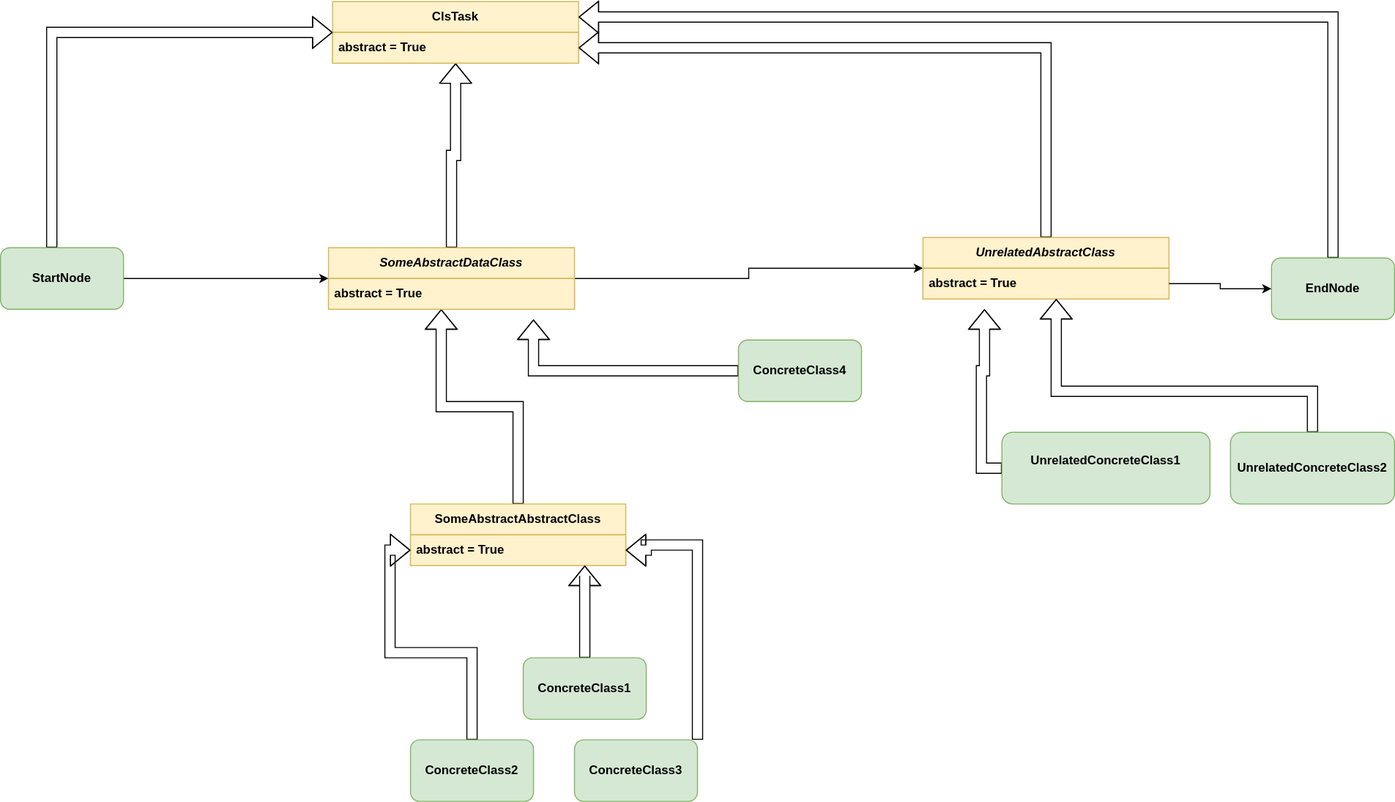
The draw.io diagram vehicle_routing_example/pipeline_filter_repository_example.svg in cls-python/cls-luigi, before a commit. Source tidied: cells renumbered, new cells last; positions are measured from the earlier drawing's top-left corner, leaving out a move shared by most shapes.
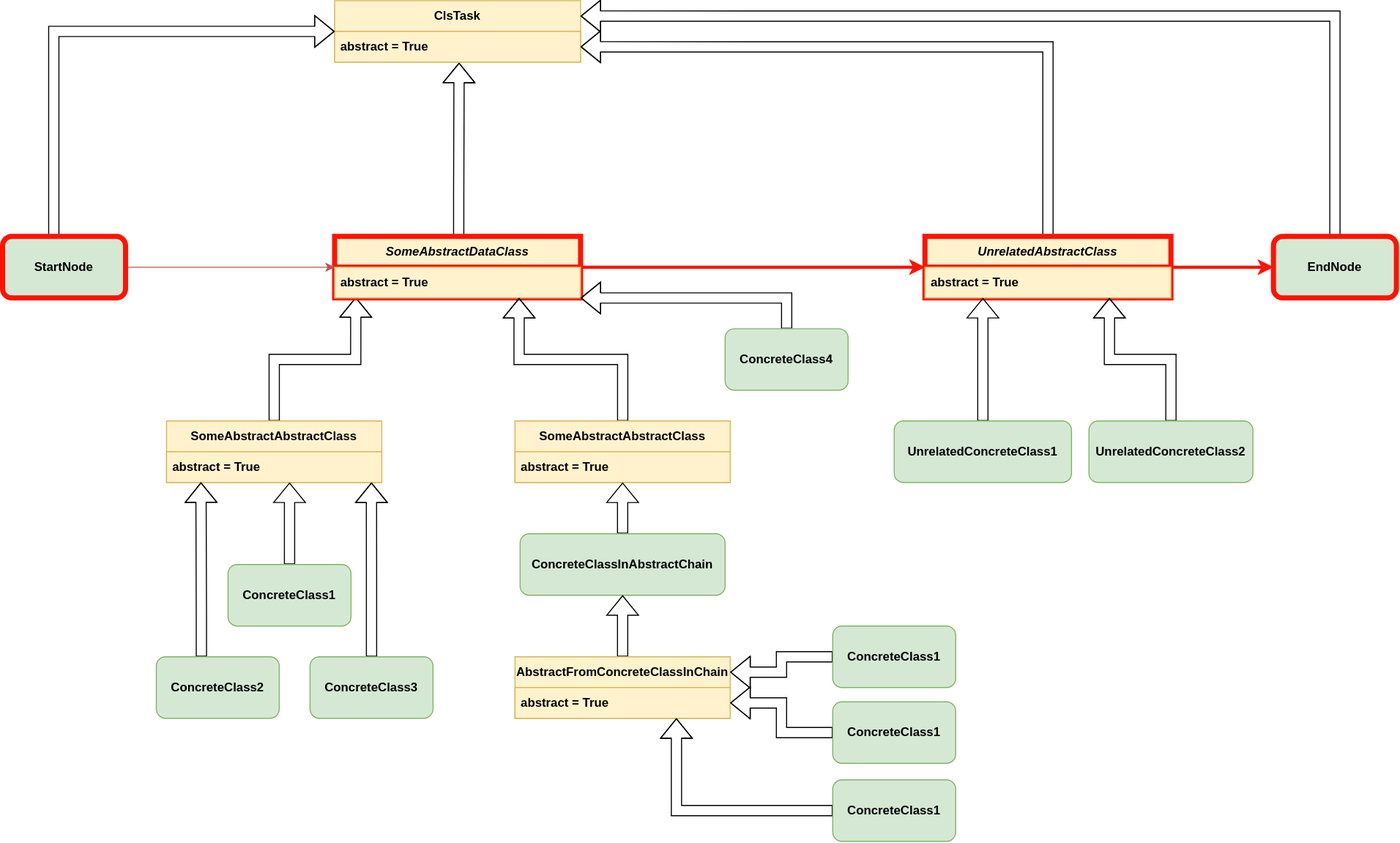
The same diagram one commit later.

Commit message:
updates pipeline_filter_repository_example.svg to a more fitting example to have (hopefully) all edge cases.   - this example will be used as a testcase to check if the implementation holds up.

The edit, as a diff of the source:
```diff
@@ -2,65 +2,66 @@
   <root>
     <mxCell id="0" />
     <mxCell id="1" parent="0" />
-    <mxCell id="2" style="edgeStyle=orthogonalEdgeStyle;rounded=0;jettySize=auto;html=1;shape=flexArrow;" parent="1" edge="1" source="3">
-      <mxGeometry relative="1" as="geometry">
-        <mxPoint x="430" y="300" as="targetPoint" />
-      </mxGeometry>
-    </mxCell>
+    <mxCell id="32" style="edgeStyle=orthogonalEdgeStyle;shape=flexArrow;rounded=0;sketch=0;hachureGap=4;jiggle=2;curveFitting=1;jettySize=auto;html=1;entryX=0.086;entryY=0.976;entryDx=0;entryDy=0;entryPerimeter=0;fontFamily=Architects Daughter;fontSource=https%3A%2F%2Ffonts.googleapis.com%2Fcss%3Ffamily%3DArchitects%2BDaughter;fontSize=16;" parent="1" edge="1" source="3" target="14">
+      <mxGeometry relative="1" as="geometry" />
+    </mxCell>
     <mxCell id="3" value="SomeAbstractAbstractClass" style="swimlane;fontStyle=1;horizontal=1;startSize=30;whiteSpace=wrap;html=1;fillColor=#fff2cc;strokeColor=#d6b656;" parent="1" vertex="1">
-      <mxGeometry x="400" y="490" width="210" height="60" as="geometry" />
+      <mxGeometry x="160" y="410" width="210" height="60" as="geometry" />
     </mxCell>
     <mxCell id="4" value="abstract = True" style="text;strokeColor=#d6b656;fillColor=#fff2cc;align=left;verticalAlign=middle;spacingLeft=4;spacingRight=4;overflow=hidden;points=[[0,0.5],[1,0.5]];portConstraint=eastwest;whiteSpace=wrap;html=1;fontStyle=1;" parent="3" vertex="1">
       <mxGeometry y="30" width="210" height="30" as="geometry" />
     </mxCell>
-    <mxCell id="5" style="edgeStyle=orthogonalEdgeStyle;rounded=0;jettySize=auto;html=1;shape=flexArrow;" parent="1" edge="1" source="6" target="4">
-      <mxGeometry relative="1" as="geometry">
-        <Array as="points">
-          <mxPoint x="680" y="530" />
-          <mxPoint x="630" y="530" />
-          <mxPoint x="630" y="535" />
-        </Array>
-      </mxGeometry>
+    <mxCell id="5" style="edgeStyle=orthogonalEdgeStyle;shape=flexArrow;rounded=0;sketch=0;hachureGap=4;jiggle=2;curveFitting=1;jettySize=auto;html=1;entryX=0.952;entryY=1;entryDx=0;entryDy=0;entryPerimeter=0;fontFamily=Architects Daughter;fontSource=https%3A%2F%2Ffonts.googleapis.com%2Fcss%3Ffamily%3DArchitects%2BDaughter;fontSize=16;" parent="1" edge="1" source="6" target="4">
+      <mxGeometry relative="1" as="geometry" />
     </mxCell>
     <mxCell id="6" value="ConcreteClass3" style="rounded=1;whiteSpace=wrap;html=1;fillColor=#d5e8d4;strokeColor=#82b366;fontStyle=1;" parent="1" vertex="1">
-      <mxGeometry x="560" y="720" width="120" height="60" as="geometry" />
+      <mxGeometry x="300" y="640" width="120" height="60" as="geometry" />
     </mxCell>
-    <mxCell id="7" style="edgeStyle=orthogonalEdgeStyle;rounded=0;jettySize=auto;html=1;shape=flexArrow;" parent="1" edge="1" source="8" target="4">
-      <mxGeometry relative="1" as="geometry">
-        <Array as="points">
-          <mxPoint x="570" y="560" />
-          <mxPoint x="570" y="560" />
-        </Array>
-      </mxGeometry>
-    </mxCell>
+    <mxCell id="33" style="edgeStyle=orthogonalEdgeStyle;shape=flexArrow;rounded=0;sketch=0;hachureGap=4;jiggle=2;curveFitting=1;jettySize=auto;html=1;fontFamily=Architects Daughter;fontSource=https%3A%2F%2Ffonts.googleapis.com%2Fcss%3Ffamily%3DArchitects%2BDaughter;fontSize=16;" parent="1" edge="1" source="8">
+      <mxGeometry relative="1" as="geometry">
+        <mxPoint x="280" y="470" as="targetPoint" />
+      </mxGeometry>
+    </mxCell>
     <mxCell id="8" value="ConcreteClass1" style="rounded=1;whiteSpace=wrap;html=1;fillColor=#d5e8d4;strokeColor=#82b366;fontStyle=1;" parent="1" vertex="1">
-      <mxGeometry x="510" y="640" width="120" height="60" as="geometry" />
+      <mxGeometry x="220" y="550" width="120" height="60" as="geometry" />
     </mxCell>
-    <mxCell id="9" style="edgeStyle=orthogonalEdgeStyle;rounded=0;jettySize=auto;html=1;shape=flexArrow;" parent="1" edge="1" source="10" target="4">
-      <mxGeometry relative="1" as="geometry" />
+    <mxCell id="9" style="edgeStyle=orthogonalEdgeStyle;shape=flexArrow;rounded=0;sketch=0;hachureGap=4;jiggle=2;curveFitting=1;jettySize=auto;html=1;entryX=0.16;entryY=0.996;entryDx=0;entryDy=0;entryPerimeter=0;fontFamily=Architects Daughter;fontSource=https%3A%2F%2Ffonts.googleapis.com%2Fcss%3Ffamily%3DArchitects%2BDaughter;fontSize=16;" parent="1" edge="1" source="10" target="4">
+      <mxGeometry relative="1" as="geometry">
+        <Array as="points">
+          <mxPoint x="194" y="600" />
+          <mxPoint x="194" y="600" />
+        </Array>
+      </mxGeometry>
     </mxCell>
     <mxCell id="10" value="ConcreteClass2" style="rounded=1;whiteSpace=wrap;html=1;fillColor=#d5e8d4;strokeColor=#82b366;fontStyle=1;" parent="1" vertex="1">
-      <mxGeometry x="400" y="720" width="120" height="60" as="geometry" />
+      <mxGeometry x="150" y="640" width="120" height="60" as="geometry" />
     </mxCell>
-    <mxCell id="11" style="edgeStyle=orthogonalEdgeStyle;rounded=0;jettySize=auto;html=1;shape=flexArrow;" parent="1" edge="1" source="13" target="17">
-      <mxGeometry relative="1" as="geometry" />
-    </mxCell>
-    <mxCell id="12" style="edgeStyle=orthogonalEdgeStyle;rounded=0;jettySize=auto;html=1;" parent="1" edge="1" source="13" target="25">
+    <mxCell id="12" style="edgeStyle=orthogonalEdgeStyle;rounded=0;jettySize=auto;html=1;fillColor=#f8cecc;strokeColor=#FF1303;strokeWidth=3;" parent="1" edge="1" source="13" target="25">
       <mxGeometry relative="1" as="geometry" />
     </mxCell>
+    <mxCell id="34" style="edgeStyle=orthogonalEdgeStyle;rounded=0;hachureGap=4;jettySize=auto;html=1;entryX=0.506;entryY=1.016;entryDx=0;entryDy=0;entryPerimeter=0;fontFamily=Architects Daughter;fontSource=https%3A%2F%2Ffonts.googleapis.com%2Fcss%3Ffamily%3DArchitects%2BDaughter;fontSize=16;shape=flexArrow;" parent="1" edge="1" source="13" target="18">
+      <mxGeometry relative="1" as="geometry">
+        <Array as="points">
+          <mxPoint x="445" y="190" />
+          <mxPoint x="445" y="190" />
+        </Array>
+      </mxGeometry>
+    </mxCell>
-    <mxCell id="13" value="&lt;i&gt;SomeAbstractDataClass&lt;br&gt;&lt;/i&gt;" style="swimlane;fontStyle=1;horizontal=1;startSize=30;whiteSpace=wrap;html=1;fillColor=#fff2cc;strokeColor=#d6b656;" parent="1" vertex="1">
-      <mxGeometry x="320" y="240" width="240" height="60" as="geometry" />
+    <mxCell id="13" value="&lt;i&gt;SomeAbstractDataClass&lt;br&gt;&lt;/i&gt;" style="swimlane;fontStyle=1;horizontal=1;startSize=30;whiteSpace=wrap;html=1;fillColor=#fff2cc;strokeColor=#FF1303;strokeWidth=5;perimeterSpacing=0;" parent="1" vertex="1">
+      <mxGeometry x="324" y="230" width="240" height="60" as="geometry" />
     </mxCell>
     <mxCell id="14" value="abstract = True" style="text;strokeColor=#d6b656;fillColor=#fff2cc;align=left;verticalAlign=middle;spacingLeft=4;spacingRight=4;overflow=hidden;points=[[0,0.5],[1,0.5]];portConstraint=eastwest;whiteSpace=wrap;html=1;fontStyle=1;" parent="13" vertex="1">
       <mxGeometry y="30" width="240" height="30" as="geometry" />
     </mxCell>
-    <mxCell id="15" style="edgeStyle=orthogonalEdgeStyle;rounded=0;jettySize=auto;html=1;shape=flexArrow;" parent="1" edge="1" source="16">
-      <mxGeometry relative="1" as="geometry">
-        <mxPoint x="520" y="310" as="targetPoint" />
-      </mxGeometry>
-    </mxCell>
+    <mxCell id="35" style="edgeStyle=orthogonalEdgeStyle;shape=flexArrow;rounded=0;sketch=0;hachureGap=4;jiggle=2;curveFitting=1;jettySize=auto;html=1;fontFamily=Architects Daughter;fontSource=https%3A%2F%2Ffonts.googleapis.com%2Fcss%3Ffamily%3DArchitects%2BDaughter;fontSize=16;" parent="1" edge="1" source="16" target="14">
+      <mxGeometry relative="1" as="geometry">
+        <Array as="points">
+          <mxPoint x="765" y="290" />
+        </Array>
+      </mxGeometry>
+    </mxCell>
     <mxCell id="16" value="&lt;div&gt;ConcreteClass4&lt;/div&gt;" style="rounded=1;whiteSpace=wrap;html=1;fillColor=#d5e8d4;strokeColor=#82b366;fontStyle=1;" parent="1" vertex="1">
-      <mxGeometry x="720" y="330" width="120" height="60" as="geometry" />
+      <mxGeometry x="705" y="320" width="120" height="60" as="geometry" />
     </mxCell>
     <mxCell id="17" value="ClsTask" style="swimlane;fontStyle=1;horizontal=1;startSize=30;whiteSpace=wrap;html=1;fillColor=#fff2cc;strokeColor=#d6b656;" parent="1" vertex="1">
       <mxGeometry x="324" width="240" height="60" as="geometry" />
@@ -68,7 +69,7 @@
     <mxCell id="18" value="abstract = True" style="text;strokeColor=#d6b656;fillColor=#fff2cc;align=left;verticalAlign=middle;spacingLeft=4;spacingRight=4;overflow=hidden;points=[[0,0.5],[1,0.5]];portConstraint=eastwest;whiteSpace=wrap;html=1;fontStyle=1;" parent="17" vertex="1">
       <mxGeometry y="30" width="240" height="30" as="geometry" />
     </mxCell>
-    <mxCell id="19" style="edgeStyle=orthogonalEdgeStyle;rounded=0;jettySize=auto;html=1;" parent="1" edge="1" source="21" target="13">
+    <mxCell id="19" style="edgeStyle=orthogonalEdgeStyle;rounded=0;jettySize=auto;html=1;fillColor=#f8cecc;strokeColor=#b85450;" parent="1" edge="1" source="21" target="13">
       <mxGeometry relative="1" as="geometry" />
     </mxCell>
     <mxCell id="20" style="edgeStyle=orthogonalEdgeStyle;rounded=0;jettySize=auto;html=1;entryX=0;entryY=0.5;entryDx=0;entryDy=0;shape=flexArrow;" parent="1" edge="1" source="21" target="17">
@@ -78,8 +79,8 @@
         </Array>
       </mxGeometry>
     </mxCell>
-    <mxCell id="21" value="StartNode" style="rounded=1;whiteSpace=wrap;html=1;fillColor=#d5e8d4;strokeColor=#82b366;fontStyle=1;" parent="1" vertex="1">
-      <mxGeometry y="240" width="120" height="60" as="geometry" />
+    <mxCell id="21" value="StartNode" style="rounded=1;whiteSpace=wrap;html=1;fillColor=#d5e8d4;strokeColor=#FF1303;fontStyle=1;strokeWidth=5;perimeterSpacing=0;" parent="1" vertex="1">
+      <mxGeometry y="230" width="120" height="60" as="geometry" />
     </mxCell>
     <mxCell id="22" style="edgeStyle=orthogonalEdgeStyle;rounded=0;jettySize=auto;html=1;entryX=1;entryY=0.25;entryDx=0;entryDy=0;shape=flexArrow;" parent="1" edge="1" source="23" target="17">
       <mxGeometry relative="1" as="geometry">
@@ -88,40 +89,76 @@
         </Array>
       </mxGeometry>
     </mxCell>
-    <mxCell id="23" value="&lt;div&gt;EndNode&lt;/div&gt;" style="rounded=1;whiteSpace=wrap;html=1;fillColor=#d5e8d4;strokeColor=#82b366;fontStyle=1;" parent="1" vertex="1">
-      <mxGeometry x="1240" y="250" width="120" height="60" as="geometry" />
+    <mxCell id="23" value="&lt;div&gt;EndNode&lt;/div&gt;" style="rounded=1;whiteSpace=wrap;html=1;fillColor=#d5e8d4;strokeColor=#FF1303;fontStyle=1;strokeWidth=5;perimeterSpacing=0;" parent="1" vertex="1">
+      <mxGeometry x="1240" y="230" width="120" height="60" as="geometry" />
     </mxCell>
     <mxCell id="24" style="edgeStyle=orthogonalEdgeStyle;rounded=0;jettySize=auto;html=1;entryX=1;entryY=0.5;entryDx=0;entryDy=0;shape=flexArrow;" parent="1" edge="1" source="25" target="18">
       <mxGeometry relative="1" as="geometry" />
     </mxCell>
+    <mxCell id="36" style="edgeStyle=orthogonalEdgeStyle;rounded=0;sketch=0;hachureGap=4;jiggle=2;curveFitting=1;jettySize=auto;html=1;entryX=0;entryY=0.5;entryDx=0;entryDy=0;fontFamily=Architects Daughter;fontSource=https%3A%2F%2Ffonts.googleapis.com%2Fcss%3Ffamily%3DArchitects%2BDaughter;fontSize=16;fillColor=#f8cecc;strokeColor=#FF1303;strokeWidth=3;" parent="1" edge="1" source="25" target="23">
+      <mxGeometry relative="1" as="geometry" />
+    </mxCell>
-    <mxCell id="25" value="&lt;i&gt;UnrelatedAbstractClass&lt;br&gt;&lt;/i&gt;" style="swimlane;fontStyle=1;horizontal=1;startSize=30;whiteSpace=wrap;html=1;fillColor=#fff2cc;strokeColor=#d6b656;" parent="1" vertex="1">
+    <mxCell id="25" value="&lt;i&gt;UnrelatedAbstractClass&lt;br&gt;&lt;/i&gt;" style="swimlane;fontStyle=1;horizontal=1;startSize=30;whiteSpace=wrap;html=1;fillColor=#fff2cc;strokeColor=#FF1303;strokeWidth=5;perimeterSpacing=0;" parent="1" vertex="1">
       <mxGeometry x="900" y="230" width="240" height="60" as="geometry" />
     </mxCell>
     <mxCell id="26" value="abstract = True" style="text;strokeColor=#d6b656;fillColor=#fff2cc;align=left;verticalAlign=middle;spacingLeft=4;spacingRight=4;overflow=hidden;points=[[0,0.5],[1,0.5]];portConstraint=eastwest;whiteSpace=wrap;html=1;fontStyle=1;" parent="25" vertex="1">
       <mxGeometry y="30" width="240" height="30" as="geometry" />
     </mxCell>
-    <mxCell id="27" style="edgeStyle=orthogonalEdgeStyle;rounded=0;jettySize=auto;html=1;" parent="1" edge="1" source="26" target="23">
-      <mxGeometry relative="1" as="geometry" />
-    </mxCell>
-    <mxCell id="28" style="edgeStyle=orthogonalEdgeStyle;shape=flexArrow;rounded=0;jettySize=auto;html=1;" parent="1" edge="1" source="29">
-      <mxGeometry relative="1" as="geometry">
-        <mxPoint x="960" y="300" as="targetPoint" />
-      </mxGeometry>
-    </mxCell>
+    <mxCell id="37" style="edgeStyle=orthogonalEdgeStyle;shape=flexArrow;rounded=0;sketch=0;hachureGap=4;jiggle=2;curveFitting=1;jettySize=auto;html=1;fontFamily=Architects Daughter;fontSource=https%3A%2F%2Ffonts.googleapis.com%2Fcss%3Ffamily%3DArchitects%2BDaughter;fontSize=16;" parent="1" edge="1" source="29">
+      <mxGeometry relative="1" as="geometry">
+        <mxPoint x="956.5" y="290" as="targetPoint" />
+      </mxGeometry>
+    </mxCell>
-    <mxCell id="29" value="&lt;div&gt;UnrelatedConcreteClass1&lt;/div&gt;&lt;div&gt;&lt;br&gt;&lt;/div&gt;" style="rounded=1;whiteSpace=wrap;html=1;fillColor=#d5e8d4;strokeColor=#82b366;fontStyle=1;" parent="1" vertex="1">
-      <mxGeometry x="977" y="420" width="203" height="70" as="geometry" />
+    <mxCell id="29" value="&lt;div&gt;UnrelatedConcreteClass1&lt;/div&gt;" style="rounded=1;whiteSpace=wrap;html=1;fillColor=#d5e8d4;strokeColor=#82b366;fontStyle=1;" parent="1" vertex="1">
+      <mxGeometry x="870" y="410" width="173" height="60" as="geometry" />
     </mxCell>
-    <mxCell id="30" style="edgeStyle=orthogonalEdgeStyle;shape=flexArrow;rounded=0;jettySize=auto;html=1;" parent="1" edge="1" source="31">
-      <mxGeometry relative="1" as="geometry">
-        <mxPoint x="1030" y="290" as="targetPoint" />
-        <Array as="points">
-          <mxPoint x="1280" y="380" />
-          <mxPoint x="1030" y="380" />
-        </Array>
-      </mxGeometry>
-    </mxCell>
+    <mxCell id="38" style="edgeStyle=orthogonalEdgeStyle;shape=flexArrow;rounded=0;sketch=0;hachureGap=4;jiggle=2;curveFitting=1;jettySize=auto;html=1;entryX=0.75;entryY=1;entryDx=0;entryDy=0;fontFamily=Architects Daughter;fontSource=https%3A%2F%2Ffonts.googleapis.com%2Fcss%3Ffamily%3DArchitects%2BDaughter;fontSize=16;" parent="1" edge="1" source="31" target="25">
+      <mxGeometry relative="1" as="geometry" />
+    </mxCell>
     <mxCell id="31" value="&lt;div&gt;UnrelatedConcreteClass2&lt;/div&gt;" style="rounded=1;whiteSpace=wrap;html=1;fillColor=#d5e8d4;strokeColor=#82b366;fontStyle=1;" parent="1" vertex="1">
-      <mxGeometry x="1200" y="420" width="160" height="70" as="geometry" />
+      <mxGeometry x="1060" y="410" width="160" height="60" as="geometry" />
     </mxCell>
+    <mxCell id="39" style="edgeStyle=orthogonalEdgeStyle;shape=flexArrow;rounded=0;sketch=0;hachureGap=4;jiggle=2;curveFitting=1;jettySize=auto;html=1;entryX=0.75;entryY=1;entryDx=0;entryDy=0;fontFamily=Architects Daughter;fontSource=https%3A%2F%2Ffonts.googleapis.com%2Fcss%3Ffamily%3DArchitects%2BDaughter;fontSize=16;" parent="1" edge="1" source="40" target="13">
+      <mxGeometry relative="1" as="geometry" />
+    </mxCell>
+    <mxCell id="40" value="SomeAbstractAbstractClass" style="swimlane;fontStyle=1;horizontal=1;startSize=30;whiteSpace=wrap;html=1;fillColor=#fff2cc;strokeColor=#d6b656;" parent="1" vertex="1">
+      <mxGeometry x="500" y="410" width="210" height="60" as="geometry" />
+    </mxCell>
+    <mxCell id="41" value="abstract = True" style="text;strokeColor=#d6b656;fillColor=#fff2cc;align=left;verticalAlign=middle;spacingLeft=4;spacingRight=4;overflow=hidden;whiteSpace=wrap;html=1;fontStyle=1;" parent="40" vertex="1">
+      <mxGeometry y="30" width="210" height="30" as="geometry" />
+    </mxCell>
+    <mxCell id="42" style="edgeStyle=orthogonalEdgeStyle;shape=flexArrow;rounded=0;sketch=0;hachureGap=4;jiggle=2;curveFitting=1;jettySize=auto;html=1;entryX=0.5;entryY=1;entryDx=0;entryDy=0;fontFamily=Architects Daughter;fontSource=https%3A%2F%2Ffonts.googleapis.com%2Fcss%3Ffamily%3DArchitects%2BDaughter;fontSize=16;" parent="1" edge="1" source="43" target="40">
+      <mxGeometry relative="1" as="geometry" />
+    </mxCell>
+    <mxCell id="43" value="&lt;div&gt;ConcreteClassInAbstractChain&lt;/div&gt;" style="rounded=1;whiteSpace=wrap;html=1;fillColor=#d5e8d4;strokeColor=#82b366;fontStyle=1;" parent="1" vertex="1">
+      <mxGeometry x="505" y="520" width="200" height="60" as="geometry" />
+    </mxCell>
+    <mxCell id="44" style="edgeStyle=orthogonalEdgeStyle;shape=flexArrow;rounded=0;sketch=0;hachureGap=4;jiggle=2;curveFitting=1;jettySize=auto;html=1;fontFamily=Architects Daughter;fontSource=https%3A%2F%2Ffonts.googleapis.com%2Fcss%3Ffamily%3DArchitects%2BDaughter;fontSize=16;" parent="1" edge="1" source="45" target="43">
+      <mxGeometry relative="1" as="geometry" />
+    </mxCell>
+    <mxCell id="45" value="AbstractFromConcreteClassInChain" style="swimlane;fontStyle=1;horizontal=1;startSize=30;whiteSpace=wrap;html=1;fillColor=#fff2cc;strokeColor=#d6b656;" parent="1" vertex="1">
+      <mxGeometry x="500" y="640" width="210" height="60" as="geometry" />
+    </mxCell>
+    <mxCell id="46" value="abstract = True" style="text;strokeColor=#d6b656;fillColor=#fff2cc;align=left;verticalAlign=middle;spacingLeft=4;spacingRight=4;overflow=hidden;whiteSpace=wrap;html=1;fontStyle=1;" parent="45" vertex="1">
+      <mxGeometry y="30" width="210" height="30" as="geometry" />
+    </mxCell>
+    <mxCell id="47" style="edgeStyle=orthogonalEdgeStyle;shape=flexArrow;rounded=0;sketch=0;hachureGap=4;jiggle=2;curveFitting=1;jettySize=auto;html=1;entryX=0.75;entryY=1;entryDx=0;entryDy=0;fontFamily=Architects Daughter;fontSource=https%3A%2F%2Ffonts.googleapis.com%2Fcss%3Ffamily%3DArchitects%2BDaughter;fontSize=16;" parent="1" edge="1" source="48" target="45">
+      <mxGeometry relative="1" as="geometry" />
+    </mxCell>
+    <mxCell id="48" value="ConcreteClass1" style="rounded=1;whiteSpace=wrap;html=1;fillColor=#d5e8d4;strokeColor=#82b366;fontStyle=1;" parent="1" vertex="1">
+      <mxGeometry x="810" y="760" width="120" height="60" as="geometry" />
+    </mxCell>
+    <mxCell id="49" style="edgeStyle=orthogonalEdgeStyle;shape=flexArrow;rounded=0;sketch=0;hachureGap=4;jiggle=2;curveFitting=1;jettySize=auto;html=1;entryX=1;entryY=0.75;entryDx=0;entryDy=0;fontFamily=Architects Daughter;fontSource=https%3A%2F%2Ffonts.googleapis.com%2Fcss%3Ffamily%3DArchitects%2BDaughter;fontSize=16;" parent="1" edge="1" source="50" target="45">
+      <mxGeometry relative="1" as="geometry" />
+    </mxCell>
+    <mxCell id="50" value="ConcreteClass1" style="rounded=1;whiteSpace=wrap;html=1;fillColor=#d5e8d4;strokeColor=#82b366;fontStyle=1;" parent="1" vertex="1">
+      <mxGeometry x="810" y="684" width="120" height="60" as="geometry" />
+    </mxCell>
+    <mxCell id="51" style="edgeStyle=orthogonalEdgeStyle;shape=flexArrow;rounded=0;sketch=0;hachureGap=4;jiggle=2;curveFitting=1;jettySize=auto;html=1;entryX=1;entryY=0.25;entryDx=0;entryDy=0;fontFamily=Architects Daughter;fontSource=https%3A%2F%2Ffonts.googleapis.com%2Fcss%3Ffamily%3DArchitects%2BDaughter;fontSize=16;" parent="1" edge="1" source="52" target="45">
+      <mxGeometry relative="1" as="geometry" />
+    </mxCell>
+    <mxCell id="52" value="ConcreteClass1" style="rounded=1;whiteSpace=wrap;html=1;fillColor=#d5e8d4;strokeColor=#82b366;fontStyle=1;" parent="1" vertex="1">
+      <mxGeometry x="810" y="610" width="120" height="60" as="geometry" />
+    </mxCell>
   </root>
 </mxGraphModel>
```
